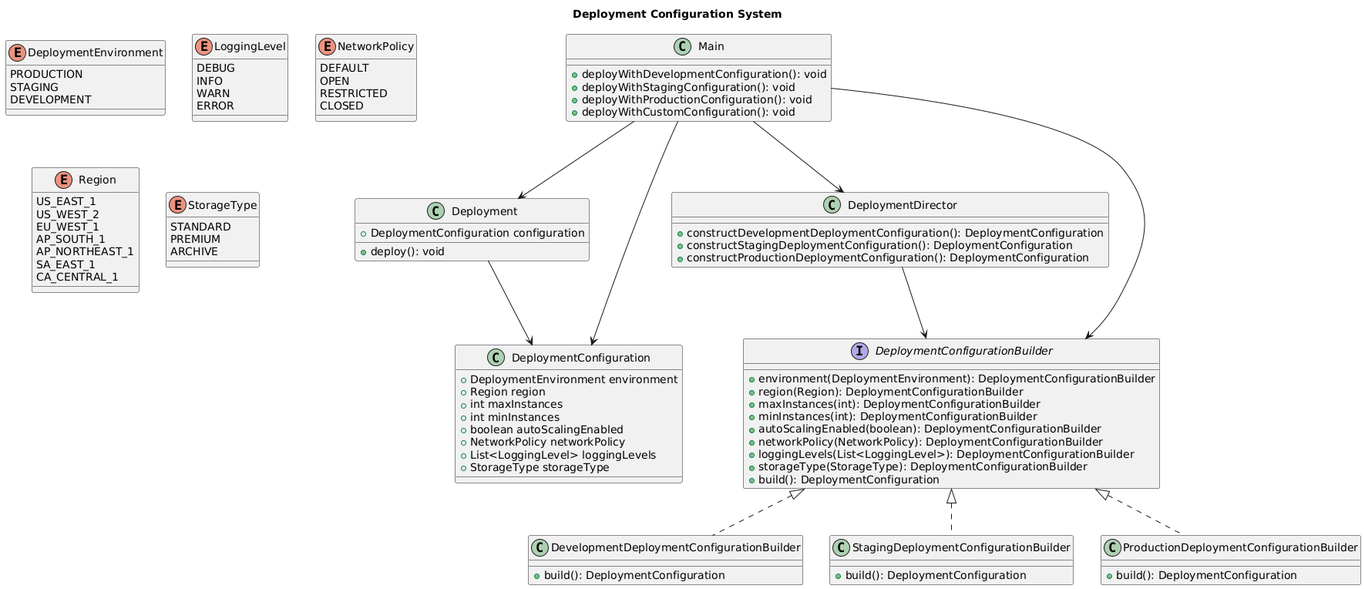
The PlantUML diagram builder/deployment/uml.png in asifjoardar/Design-Patterns-Palette, before a commit. Source of this version:
```plantuml
@startuml
title Deployment Configuration System

enum DeploymentEnvironment {
    PRODUCTION
    STAGING
    DEVELOPMENT
}

enum LoggingLevel {
    DEBUG
    INFO
    WARN
    ERROR
}

enum NetworkPolicy {
    DEFAULT
    OPEN
    RESTRICTED
    CLOSED
}

enum Region {
    US_EAST_1
    US_WEST_2
    EU_WEST_1
    AP_SOUTH_1
    AP_NORTHEAST_1
    SA_EAST_1
    CA_CENTRAL_1
}

enum StorageType {
    STANDARD
    PREMIUM
    ARCHIVE
}

class DeploymentConfiguration {
    + DeploymentEnvironment environment
    + Region region
    + int maxInstances
    + int minInstances
    + boolean autoScalingEnabled
    + NetworkPolicy networkPolicy
    + List<LoggingLevel> loggingLevels
    + StorageType storageType
}

interface DeploymentConfigurationBuilder {
    + environment(DeploymentEnvironment): DeploymentConfigurationBuilder
    + region(Region): DeploymentConfigurationBuilder
    + maxInstances(int): DeploymentConfigurationBuilder
    + minInstances(int): DeploymentConfigurationBuilder
    + autoScalingEnabled(boolean): DeploymentConfigurationBuilder
    + networkPolicy(NetworkPolicy): DeploymentConfigurationBuilder
    + loggingLevels(List<LoggingLevel>): DeploymentConfigurationBuilder
    + storageType(StorageType): DeploymentConfigurationBuilder
    + build(): DeploymentConfiguration
}

class DevelopmentDeploymentConfigurationBuilder {
    + build(): DeploymentConfiguration
}

class StagingDeploymentConfigurationBuilder {
    + build(): DeploymentConfiguration
}

class ProductionDeploymentConfigurationBuilder {
    + build(): DeploymentConfiguration
}

class DeploymentDirector {
    + constructDevelopmentDeploymentConfiguration(): DeploymentConfiguration
    + constructStagingDeploymentConfiguration(): DeploymentConfiguration
    + constructProductionDeploymentConfiguration(): DeploymentConfiguration
}

class Deployment {
    + DeploymentConfiguration configuration
    + deploy(): void
}

class Main {
    + deployWithDevelopmentConfiguration(): void
    + deployWithStagingConfiguration(): void
    + deployWithProductionConfiguration(): void
    + deployWithCustomConfiguration(): void
}

DeploymentConfigurationBuilder <|.. DevelopmentDeploymentConfigurationBuilder
DeploymentConfigurationBuilder <|.. StagingDeploymentConfigurationBuilder
DeploymentConfigurationBuilder <|.. ProductionDeploymentConfigurationBuilder

DeploymentDirector --> DeploymentConfigurationBuilder
Deployment --> DeploymentConfiguration
Main --> DeploymentDirector
Main --> Deployment
Main --> DeploymentConfigurationBuilder
Main --> DeploymentConfiguration
@enduml
```
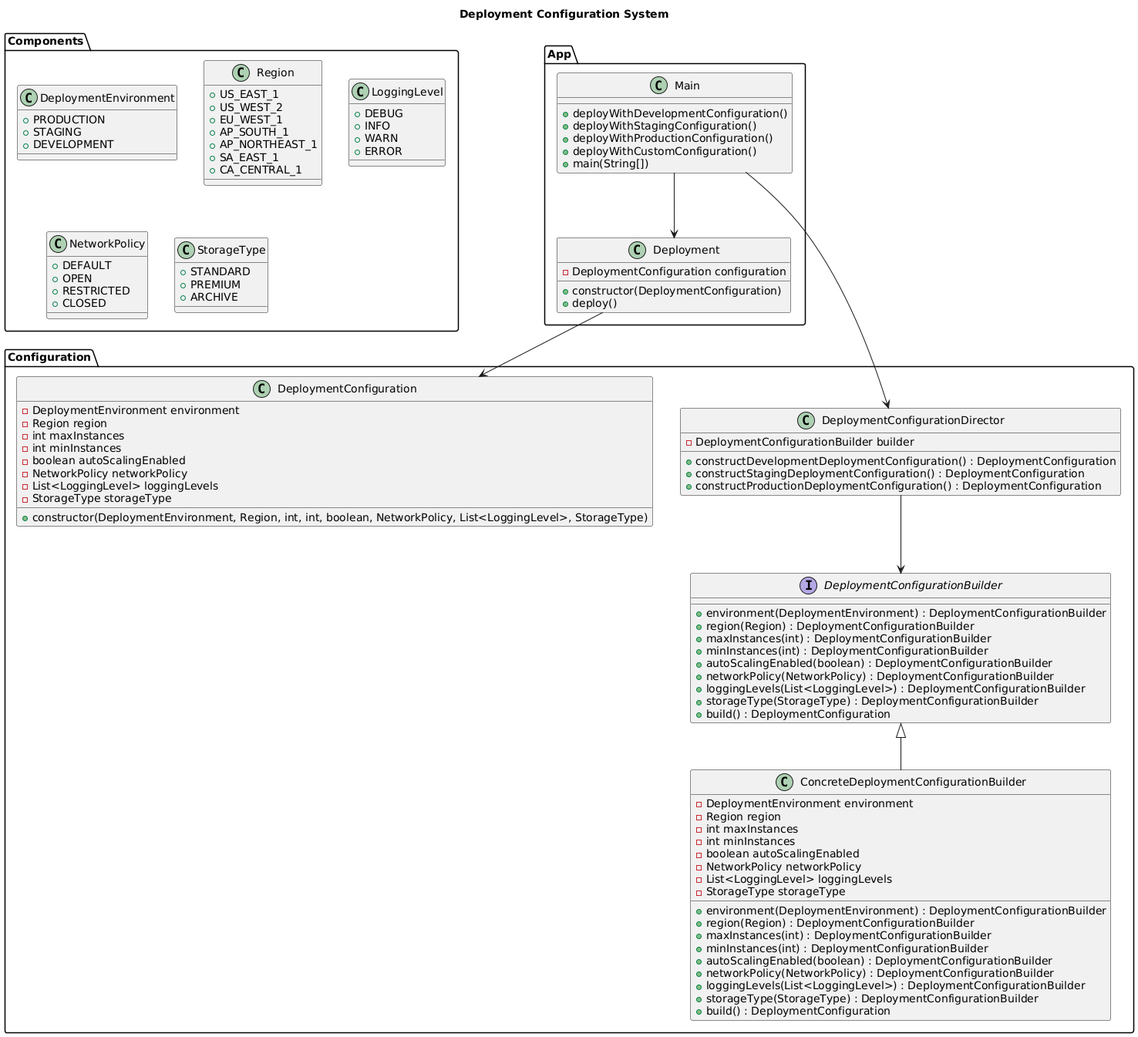
After the commit.

Commit message:
fix uml diagram and puml file

The edit, as a diff of the source:
```diff
@@ -1,103 +1,116 @@
 @startuml
 title Deployment Configuration System
 
-enum DeploymentEnvironment {
-    PRODUCTION
-    STAGING
-    DEVELOPMENT
+package "Components" {
+    class DeploymentEnvironment {
+        +PRODUCTION
+        +STAGING
+        +DEVELOPMENT
+    }
+
+    class Region {
+        +US_EAST_1
+        +US_WEST_2
+        +EU_WEST_1
+        +AP_SOUTH_1
+        +AP_NORTHEAST_1
+        +SA_EAST_1
+        +CA_CENTRAL_1
+    }
+
+    class LoggingLevel {
+        +DEBUG
+        +INFO
+        +WARN
+        +ERROR
+    }
+
+    class NetworkPolicy {
+        +DEFAULT
+        +OPEN
+        +RESTRICTED
+        +CLOSED
+    }
+
+    class StorageType {
+        +STANDARD
+        +PREMIUM
+        +ARCHIVE
+    }
 }
 
-enum LoggingLevel {
-    DEBUG
-    INFO
-    WARN
-    ERROR
+package "Configuration" {
+    interface DeploymentConfigurationBuilder {
+        +environment(DeploymentEnvironment) : DeploymentConfigurationBuilder
+        +region(Region) : DeploymentConfigurationBuilder
+        +maxInstances(int) : DeploymentConfigurationBuilder
+        +minInstances(int) : DeploymentConfigurationBuilder
+        +autoScalingEnabled(boolean) : DeploymentConfigurationBuilder
+        +networkPolicy(NetworkPolicy) : DeploymentConfigurationBuilder
+        +loggingLevels(List<LoggingLevel>) : DeploymentConfigurationBuilder
+        +storageType(StorageType) : DeploymentConfigurationBuilder
+        +build() : DeploymentConfiguration
+    }
+
+    class ConcreteDeploymentConfigurationBuilder {
+        - DeploymentEnvironment environment
+        - Region region
+        - int maxInstances
+        - int minInstances
+        - boolean autoScalingEnabled
+        - NetworkPolicy networkPolicy
+        - List<LoggingLevel> loggingLevels
+        - StorageType storageType
+        +environment(DeploymentEnvironment) : DeploymentConfigurationBuilder
+        +region(Region) : DeploymentConfigurationBuilder
+        +maxInstances(int) : DeploymentConfigurationBuilder
+        +minInstances(int) : DeploymentConfigurationBuilder
+        +autoScalingEnabled(boolean) : DeploymentConfigurationBuilder
+        +networkPolicy(NetworkPolicy) : DeploymentConfigurationBuilder
+        +loggingLevels(List<LoggingLevel>) : DeploymentConfigurationBuilder
+        +storageType(StorageType) : DeploymentConfigurationBuilder
+        +build() : DeploymentConfiguration
+    }
+
+    class DeploymentConfiguration {
+        - DeploymentEnvironment environment
+        - Region region
+        - int maxInstances
+        - int minInstances
+        - boolean autoScalingEnabled
+        - NetworkPolicy networkPolicy
+        - List<LoggingLevel> loggingLevels
+        - StorageType storageType
+        +constructor(DeploymentEnvironment, Region, int, int, boolean, NetworkPolicy, List<LoggingLevel>, StorageType)
+    }
+
+    class DeploymentConfigurationDirector {
+        - DeploymentConfigurationBuilder builder
+        +constructDevelopmentDeploymentConfiguration() : DeploymentConfiguration
+        +constructStagingDeploymentConfiguration() : DeploymentConfiguration
+        +constructProductionDeploymentConfiguration() : DeploymentConfiguration
+    }
 }
 
-enum NetworkPolicy {
-    DEFAULT
-    OPEN
-    RESTRICTED
-    CLOSED
+package "App" {
+    class Deployment {
+        - DeploymentConfiguration configuration
+        +constructor(DeploymentConfiguration)
+        +deploy()
+    }
+
+    class Main {
+        +deployWithDevelopmentConfiguration()
+        +deployWithStagingConfiguration()
+        +deployWithProductionConfiguration()
+        +deployWithCustomConfiguration()
+        +main(String[])
+    }
 }
 
-enum Region {
-    US_EAST_1
-    US_WEST_2
-    EU_WEST_1
-    AP_SOUTH_1
-    AP_NORTHEAST_1
-    SA_EAST_1
-    CA_CENTRAL_1
-}
-
-enum StorageType {
-    STANDARD
-    PREMIUM
-    ARCHIVE
-}
-
-class DeploymentConfiguration {
-    + DeploymentEnvironment environment
-    + Region region
-    + int maxInstances
-    + int minInstances
-    + boolean autoScalingEnabled
-    + NetworkPolicy networkPolicy
-    + List<LoggingLevel> loggingLevels
-    + StorageType storageType
-}
-
-interface DeploymentConfigurationBuilder {
-    + environment(DeploymentEnvironment): DeploymentConfigurationBuilder
-    + region(Region): DeploymentConfigurationBuilder
-    + maxInstances(int): DeploymentConfigurationBuilder
-    + minInstances(int): DeploymentConfigurationBuilder
-    + autoScalingEnabled(boolean): DeploymentConfigurationBuilder
-    + networkPolicy(NetworkPolicy): DeploymentConfigurationBuilder
-    + loggingLevels(List<LoggingLevel>): DeploymentConfigurationBuilder
-    + storageType(StorageType): DeploymentConfigurationBuilder
-    + build(): DeploymentConfiguration
-}
-
-class DevelopmentDeploymentConfigurationBuilder {
-    + build(): DeploymentConfiguration
-}
-
-class StagingDeploymentConfigurationBuilder {
-    + build(): DeploymentConfiguration
-}
-
-class ProductionDeploymentConfigurationBuilder {
-    + build(): DeploymentConfiguration
-}
-
-class DeploymentDirector {
-    + constructDevelopmentDeploymentConfiguration(): DeploymentConfiguration
-    + constructStagingDeploymentConfiguration(): DeploymentConfiguration
-    + constructProductionDeploymentConfiguration(): DeploymentConfiguration
-}
-
-class Deployment {
-    + DeploymentConfiguration configuration
-    + deploy(): void
-}
-
-class Main {
-    + deployWithDevelopmentConfiguration(): void
-    + deployWithStagingConfiguration(): void
-    + deployWithProductionConfiguration(): void
-    + deployWithCustomConfiguration(): void
-}
-
-DeploymentConfigurationBuilder <|.. DevelopmentDeploymentConfigurationBuilder
-DeploymentConfigurationBuilder <|.. StagingDeploymentConfigurationBuilder
-DeploymentConfigurationBuilder <|.. ProductionDeploymentConfigurationBuilder
-
-DeploymentDirector --> DeploymentConfigurationBuilder
+DeploymentConfigurationBuilder <|-- ConcreteDeploymentConfigurationBuilder
+DeploymentConfigurationDirector --> DeploymentConfigurationBuilder
 Deployment --> DeploymentConfiguration
-Main --> DeploymentDirector
 Main --> Deployment
-Main --> DeploymentConfigurationBuilder
-Main --> DeploymentConfiguration
+Main --> DeploymentConfigurationDirector
 @enduml
```
